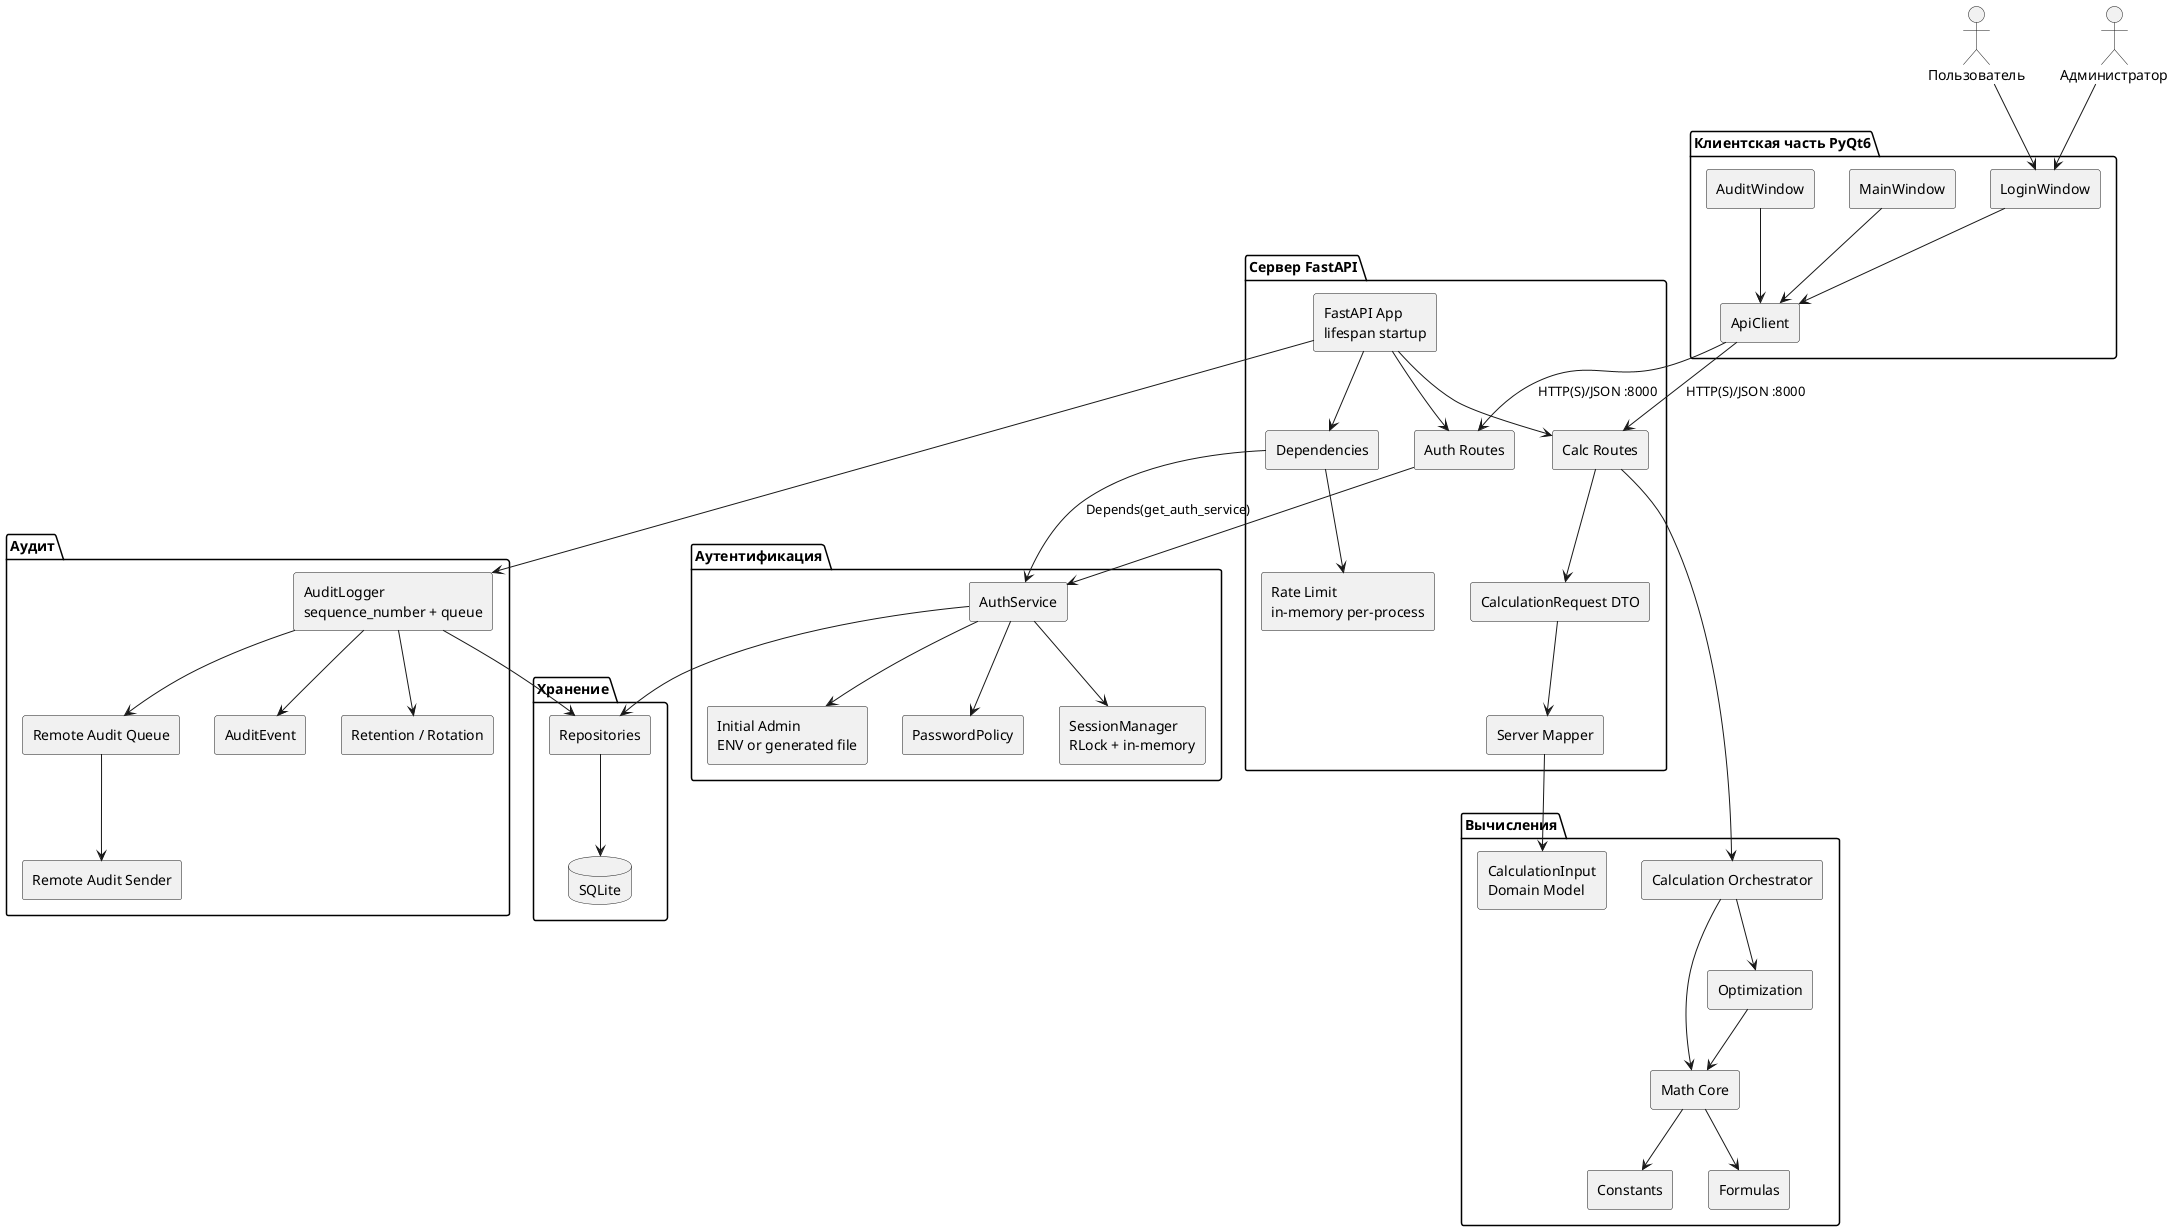
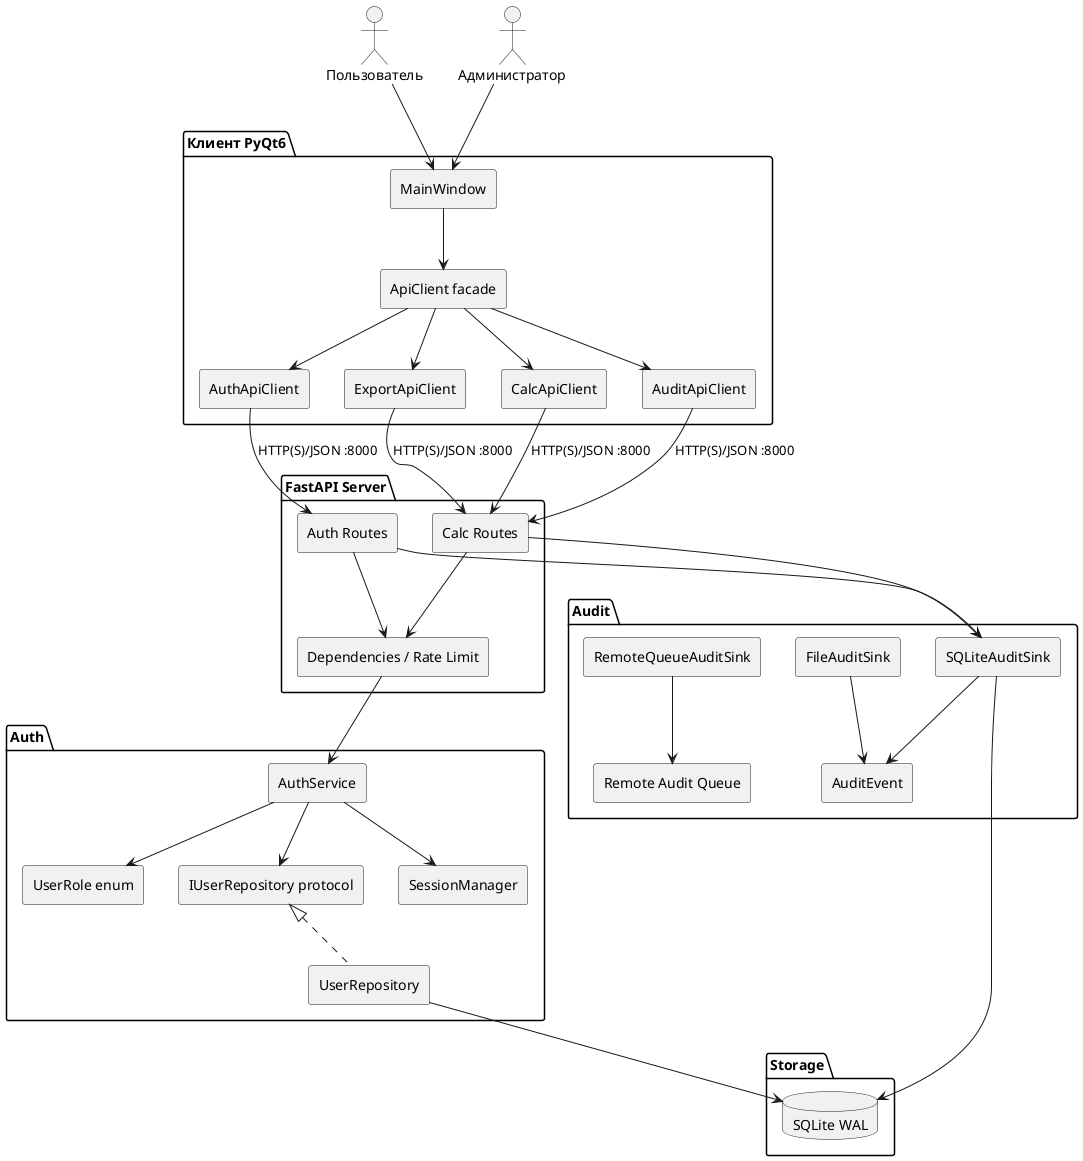
@startuml
skinparam componentStyle rectangle
+ 
actor "Пользователь" as User
actor "Администратор" as Admin

- package "Клиентская часть PyQt6" {
-   [LoginWindow] as LoginWindow
+ package "Клиент PyQt6" {
  [MainWindow] as MainWindow
-   [AuditWindow] as AuditWindow
-   [ApiClient] as ApiClient
+   [ApiClient facade] as ApiFacade
+   [AuthApiClient] as AuthClient
+   [CalcApiClient] as CalcClient
+   [AuditApiClient] as AuditClient
+   [ExportApiClient] as ExportClient
}

- package "Сервер FastAPI" {
-   [FastAPI App\nlifespan startup] as API
+ package "FastAPI Server" {
  [Auth Routes] as AuthRoutes
  [Calc Routes] as CalcRoutes
-   [Dependencies] as Dependencies
-   [Rate Limit\nin-memory per-process] as RateLimit
-   [CalculationRequest DTO] as CalcDTO
-   [Server Mapper] as Mapper
+   [Dependencies / Rate Limit] as Dependencies
}

- package "Аутентификация" {
+ package "Auth" {
  [AuthService] as AuthService
-   [PasswordPolicy] as PasswordPolicy
-   [SessionManager\nRLock + in-memory] as SessionManager
-   [Initial Admin\nENV or generated file] as InitialAdmin
+   [IUserRepository protocol] as IUserRepo
+   [UserRepository] as UserRepo
+   [SessionManager] as SessionManager
+   [UserRole enum] as UserRole
}

- package "Вычисления" {
-   [CalculationInput\nDomain Model] as CalcInput
-   [Calculation Orchestrator] as Orchestrator
-   [Math Core] as Core
-   [Constants] as Constants
-   [Formulas] as Formulas
-   [Optimization] as Optimization
+ package "Audit" {
+   [AuditEvent] as AuditEvent
+   [SQLiteAuditSink] as SQLiteSink
+   [RemoteQueueAuditSink] as RemoteSink
+   [FileAuditSink] as FileSink
+   [Remote Audit Queue] as RemoteQueue
}

- package "Хранение" {
-   [Repositories] as Repos
-   database "SQLite" as DB
+ package "Storage" {
+   database "SQLite WAL" as DB
}

- package "Аудит" {
-   [AuditEvent] as AuditEvent
-   [AuditLogger\nsequence_number + queue] as AuditLogger
-   [Retention / Rotation] as AuditStorage
-   [Remote Audit Queue] as RemoteQueue
-   [Remote Audit Sender] as RemoteAudit
- }
+ User --> MainWindow
+ Admin --> MainWindow
+ MainWindow --> ApiFacade
+ ApiFacade --> AuthClient
+ ApiFacade --> CalcClient
+ ApiFacade --> AuditClient
+ ApiFacade --> ExportClient

- User --> LoginWindow
- Admin --> LoginWindow
- LoginWindow --> ApiClient
- MainWindow --> ApiClient
- AuditWindow --> ApiClient
+ AuthClient --> AuthRoutes : HTTP(S)/JSON :8000
+ CalcClient --> CalcRoutes : HTTP(S)/JSON :8000
+ AuditClient --> CalcRoutes : HTTP(S)/JSON :8000
+ ExportClient --> CalcRoutes : HTTP(S)/JSON :8000

- ApiClient --> AuthRoutes : HTTP(S)/JSON :8000
- ApiClient --> CalcRoutes : HTTP(S)/JSON :8000
+ AuthRoutes --> Dependencies
+ CalcRoutes --> Dependencies
+ Dependencies --> AuthService
+ AuthService --> IUserRepo
+ IUserRepo <|.. UserRepo
+ AuthService --> SessionManager
+ AuthService --> UserRole

- API --> Dependencies
- API --> AuthRoutes
- API --> CalcRoutes
- API --> AuditLogger
- 
- Dependencies --> AuthService : Depends(get_auth_service)
- Dependencies --> RateLimit
- AuthRoutes --> AuthService
- AuthService --> PasswordPolicy
- AuthService --> SessionManager
- AuthService --> InitialAdmin
- AuthService --> Repos
- 
- CalcRoutes --> CalcDTO
- CalcDTO --> Mapper
- Mapper --> CalcInput
- CalcRoutes --> Orchestrator
- Orchestrator --> Core
- Orchestrator --> Optimization
- Core --> Constants
- Core --> Formulas
- Optimization --> Core
- 
- Repos --> DB
- AuditLogger --> AuditEvent
- AuditLogger --> Repos
- AuditLogger --> AuditStorage
- AuditLogger --> RemoteQueue
- RemoteQueue --> RemoteAudit
+ CalcRoutes --> SQLiteSink
+ AuthRoutes --> SQLiteSink
+ SQLiteSink --> AuditEvent
+ SQLiteSink --> DB
+ RemoteSink --> RemoteQueue
+ FileSink --> AuditEvent
+ UserRepo --> DB
@enduml
